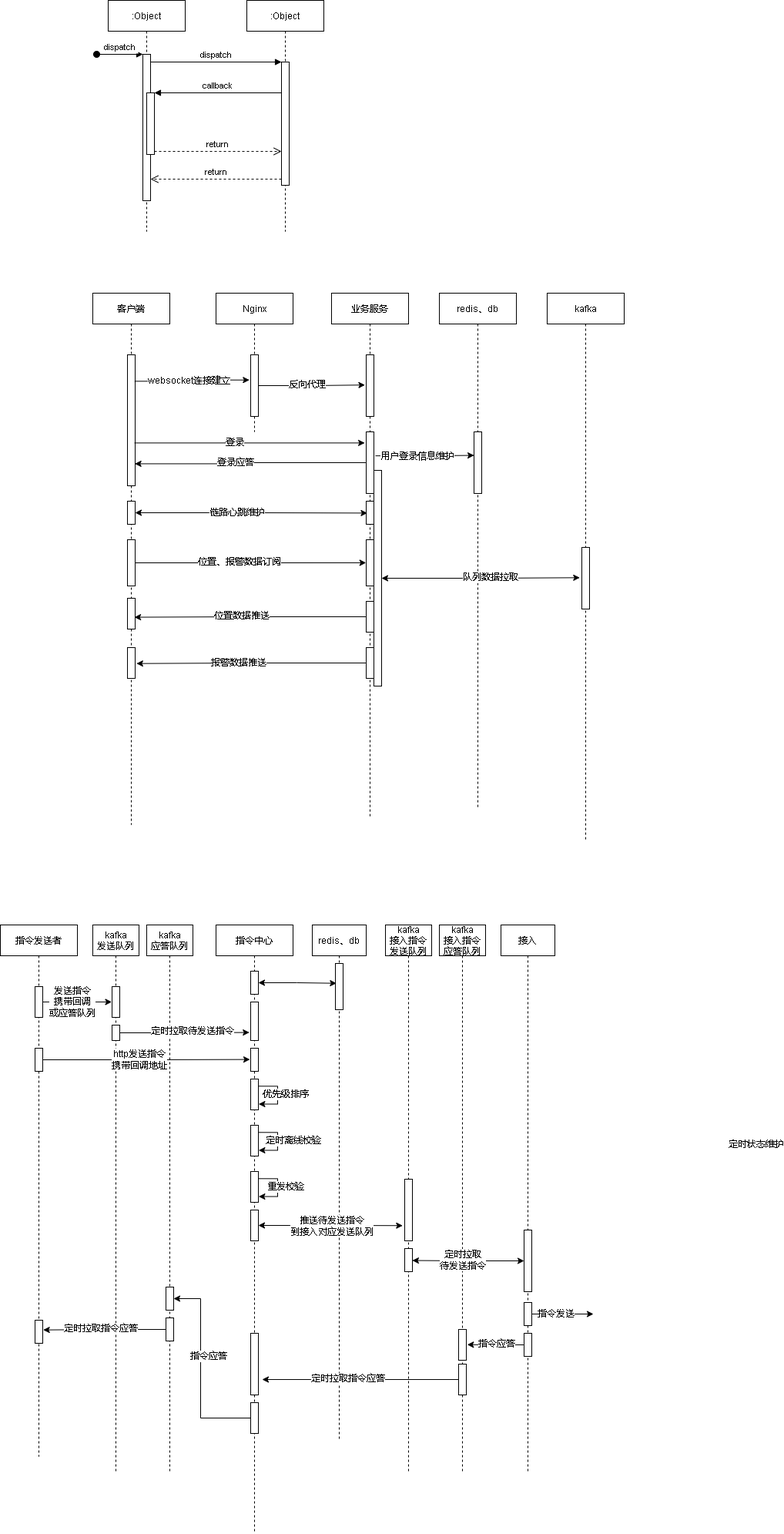
Above: cgopro关键业务.drawio.png in xktder/draw (draw.io), before the change. Source tidied: cells renumbered, new cells last; positions are measured from the earlier drawing's top-left corner, leaving out a move shared by most shapes.
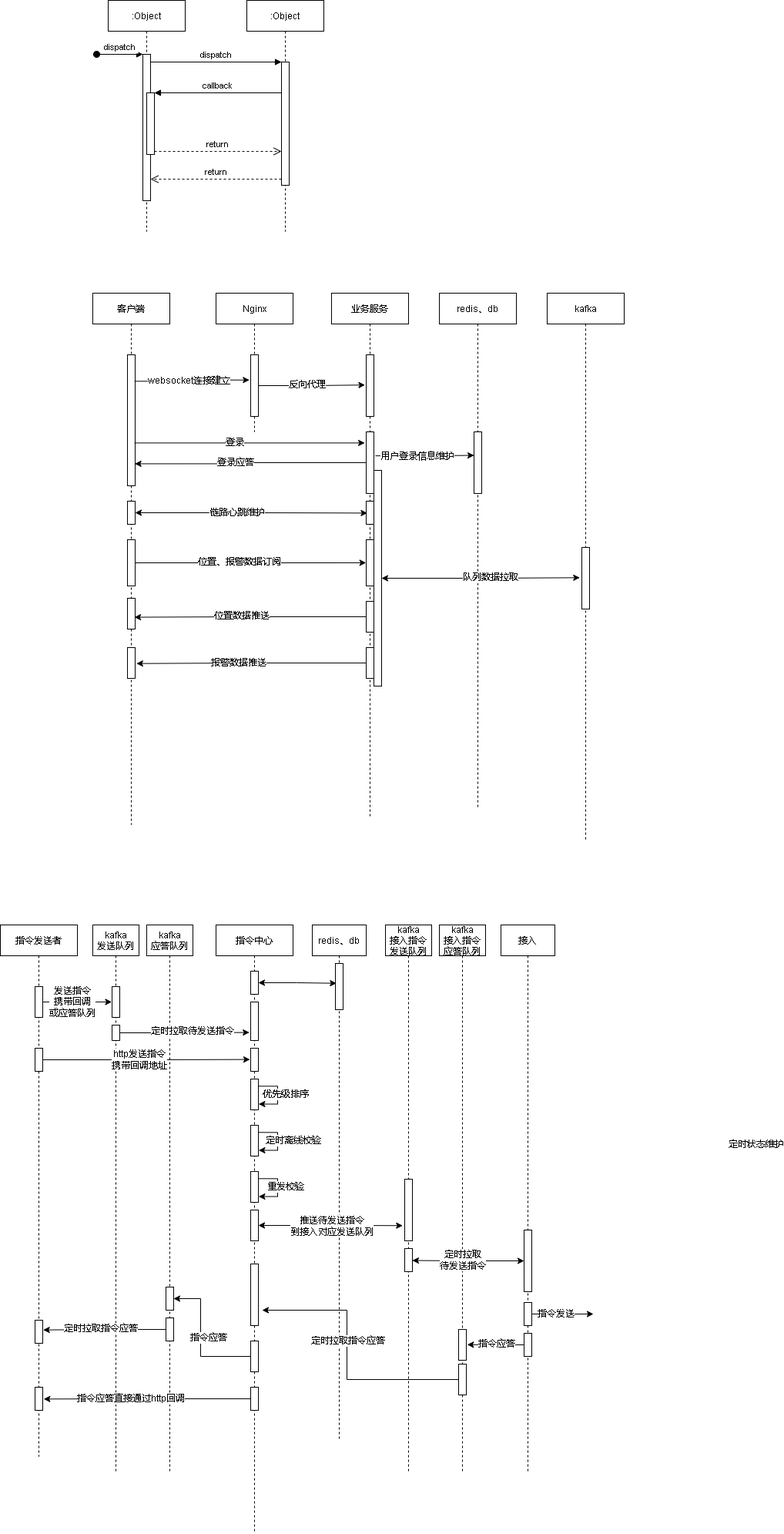
After the change.

Commit message:
更新cgopro关键业务.drawio.png

Change to the diagram source:
```diff
@@ -168,6 +168,9 @@
     <mxCell id="55" style="points=[];perimeter=orthogonalPerimeter;rounded=0;shadow=0;strokeWidth=1;" parent="52" vertex="1">
       <mxGeometry x="45" y="160" width="10" height="30" as="geometry" />
     </mxCell>
+    <mxCell id="112" style="points=[];perimeter=orthogonalPerimeter;rounded=0;shadow=0;strokeWidth=1;" parent="52" vertex="1">
+      <mxGeometry x="45" y="600" width="10" height="30" as="geometry" />
+    </mxCell>
     <mxCell id="56" value="指令中心" style="shape=umlLifeline;perimeter=lifelinePerimeter;rounded=0;shadow=0;strokeWidth=1;" parent="1" vertex="1">
       <mxGeometry x="280" y="1200" width="100" height="790" as="geometry" />
     </mxCell>
@@ -232,11 +235,14 @@
       <mxGeometry x="45" y="370" width="10" height="40" as="geometry" />
     </mxCell>
     <mxCell id="70" style="points=[];perimeter=orthogonalPerimeter;rounded=0;shadow=0;strokeWidth=1;" parent="56" vertex="1">
-      <mxGeometry x="45" y="530" width="10" height="80" as="geometry" />
+      <mxGeometry x="45" y="440" width="10" height="80" as="geometry" />
     </mxCell>
     <mxCell id="71" style="points=[];perimeter=orthogonalPerimeter;rounded=0;shadow=0;strokeWidth=1;" parent="56" vertex="1">
-      <mxGeometry x="45" y="620" width="10" height="40" as="geometry" />
+      <mxGeometry x="45" y="540" width="10" height="40" as="geometry" />
     </mxCell>
+    <mxCell id="113" style="points=[];perimeter=orthogonalPerimeter;rounded=0;shadow=0;strokeWidth=1;" parent="56" vertex="1">
+      <mxGeometry x="45" y="600" width="10" height="30" as="geometry" />
+    </mxCell>
     <mxCell id="72" value="redis、db" style="shape=umlLifeline;perimeter=lifelinePerimeter;rounded=0;shadow=0;strokeWidth=1;" parent="1" vertex="1">
       <mxGeometry x="405" y="1200" width="70" height="670" as="geometry" />
     </mxCell>
@@ -352,7 +358,12 @@
       </mxGeometry>
     </mxCell>
     <mxCell id="106" style="edgeStyle=orthogonalEdgeStyle;rounded=0;jettySize=auto;html=1;entryX=1.5;entryY=0.75;entryDx=0;entryDy=0;entryPerimeter=0;startArrow=none;startFill=0;" parent="1" edge="1" source="99" target="70">
-      <mxGeometry relative="1" as="geometry" />
+      <mxGeometry relative="1" as="geometry">
+        <Array as="points">
+          <mxPoint x="450" y="1790" />
+          <mxPoint x="450" y="1700" />
+        </Array>
+      </mxGeometry>
     </mxCell>
     <mxCell id="107" value="定时拉取指令应答" style="edgeLabel;html=1;align=center;verticalAlign=middle;" parent="106" vertex="1">
       <mxGeometry x="0.13" y="-1" relative="1" as="geometry" />
@@ -360,7 +371,7 @@
     <mxCell id="108" style="edgeStyle=orthogonalEdgeStyle;rounded=0;jettySize=auto;html=1;startArrow=none;startFill=0;" parent="1" edge="1" source="71" target="85">
       <mxGeometry relative="1" as="geometry">
         <Array as="points">
-          <mxPoint x="260" y="1840" />
+          <mxPoint x="260" y="1760" />
           <mxPoint x="260" y="1685" />
         </Array>
       </mxGeometry>
@@ -378,5 +389,11 @@
         <mxPoint x="6" as="offset" />
       </mxGeometry>
     </mxCell>
+    <mxCell id="114" style="edgeStyle=orthogonalEdgeStyle;rounded=0;jettySize=auto;html=1;entryX=1.133;entryY=0.511;entryDx=0;entryDy=0;entryPerimeter=0;startArrow=none;startFill=0;" parent="1" edge="1" source="113" target="112">
+      <mxGeometry relative="1" as="geometry" />
+    </mxCell>
+    <mxCell id="115" value="指令应答直接通过http回调" style="edgeLabel;html=1;align=center;verticalAlign=middle;" parent="114" vertex="1">
+      <mxGeometry x="0.17" y="-1" relative="1" as="geometry" />
+    </mxCell>
   </root>
 </mxGraphModel>
```
